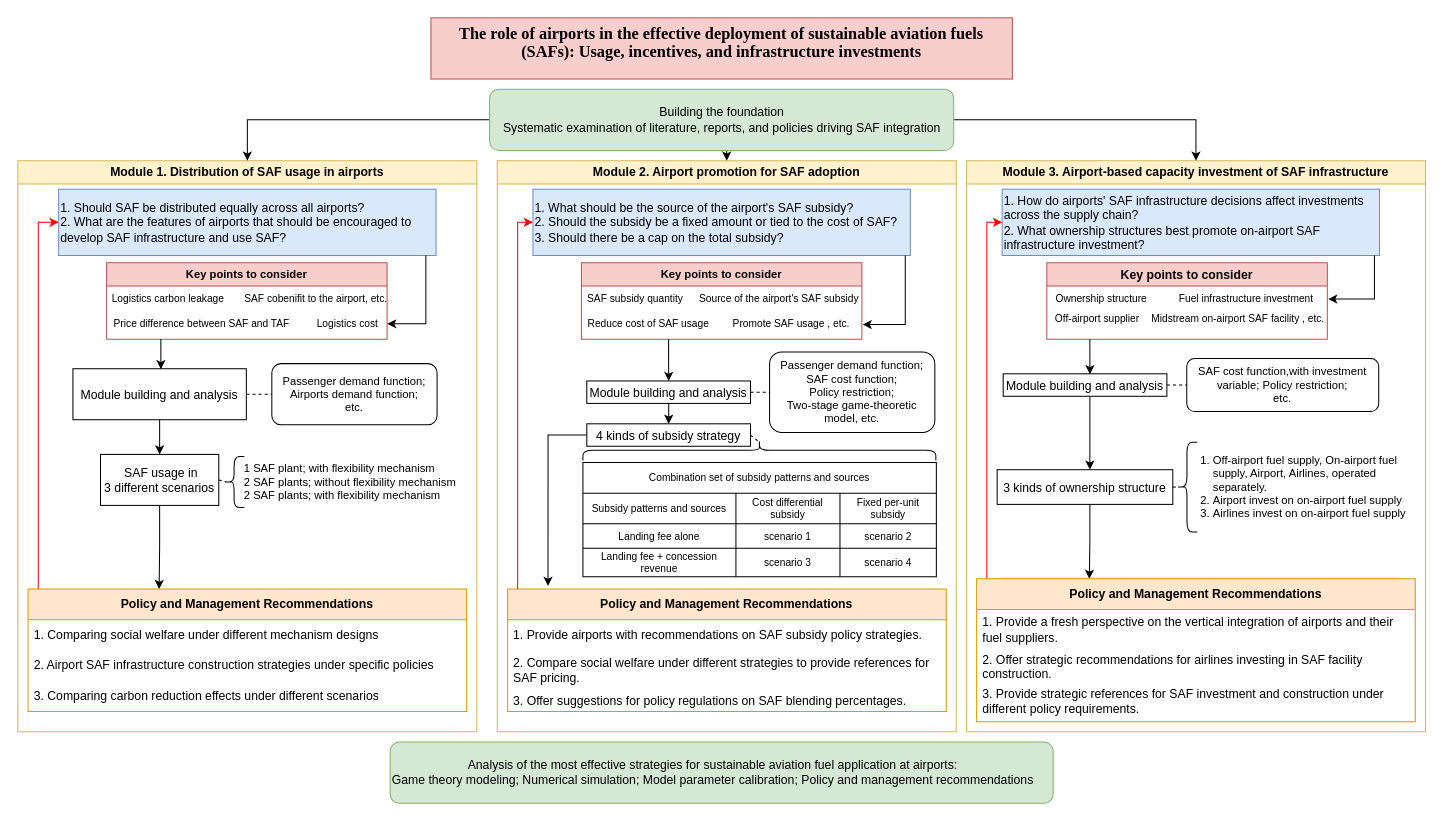
Earlier version of the draw.io diagram 技术路线图.drawio (HengfeiMa95/paper-reading). Source tidied: cells renumbered, new cells numbered last; positions are measured from the earlier drawing's top-left corner, leaving out a move shared by most shapes. Both pictures are drawn from the tidied source at 102%, with x=0, y=0 at pixel (17, 17).
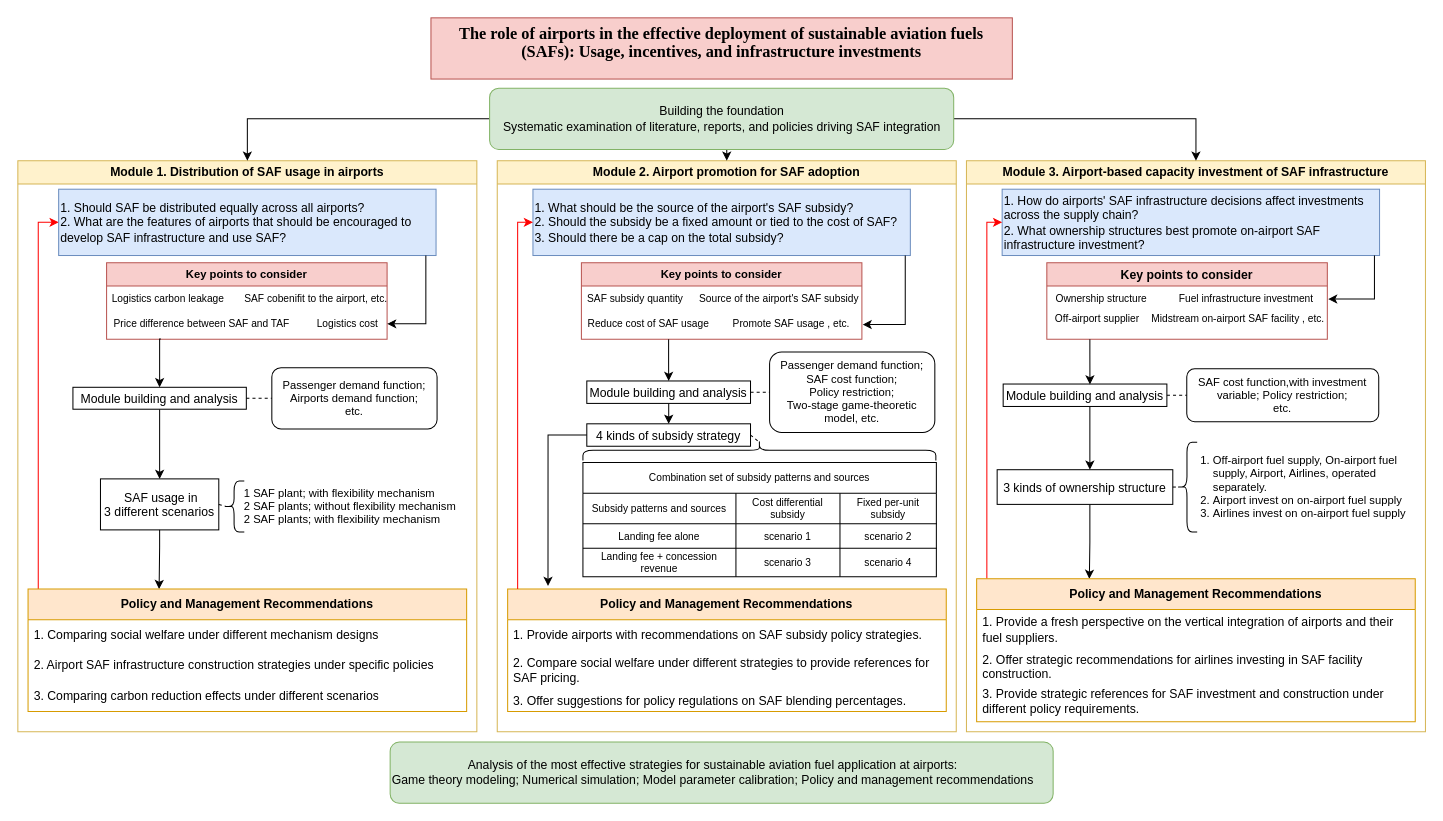
The same diagram, later.

Commit message:
Update 技术路线图.drawio

Unchanged cells that the change refers to:
```xml
<mxCell id="2" value="Module 1. Distribution of SAF usage in airports" style="swimlane;whiteSpace=wrap;fillColor=#fff2cc;strokeColor=#d6b656;" parent="1" vertex="1">
  <mxGeometry y="140" width="450" height="560" as="geometry" />
</mxCell>
<mxCell id="22" value="&lt;font style=&quot;font-size: 10px;&quot;&gt;Price difference between SAF and TAF&lt;/font&gt;" style="text;html=1;align=center;verticalAlign=middle;points=[];strokeColor=none;fillColor=none;fontSize=9;" parent="18" vertex="1">
  <mxGeometry x="-7" y="45" width="200" height="30" as="geometry" />
</mxCell>
<mxCell id="60" value="Module 3. Airport-based capacity investment of SAF infrastructure" style="swimlane;whiteSpace=wrap;fillColor=#fff2cc;strokeColor=#d6b656;" parent="1" vertex="1">
  <mxGeometry x="930" y="140" width="450" height="560" as="geometry" />
</mxCell>
```

What changed in the source:
```diff
@@
     <mxCell id="4" value="Module building and analysis" parent="2" vertex="1">
-      <mxGeometry x="54" y="204" width="170" height="50" as="geometry" />
+      <mxGeometry x="54" y="222.2" width="170" height="21.5" as="geometry" />
     </mxCell>
@@
     <mxCell id="6" value=" SAF usage in&#10;3 different scenarios" parent="2" vertex="1">
-      <mxGeometry x="81" y="288" width="116" height="50" as="geometry" />
+      <mxGeometry x="81" y="312" width="116" height="50" as="geometry" />
     </mxCell>
     <mxCell id="7" value="Passenger demand function;&lt;div style=&quot;font-size: 11px;&quot;&gt;Airports demand function;&lt;/div&gt;&lt;div style=&quot;font-size: 11px;&quot;&gt;etc.&lt;/div&gt;" style="rounded=1;whiteSpace=wrap;html=1;fontSize=11;" parent="2" vertex="1">
-      <mxGeometry x="249" y="199" width="162" height="60" as="geometry" />
+      <mxGeometry x="249" y="203" width="162" height="60" as="geometry" />
     </mxCell>
@@
     <mxCell id="9" style="shape=curlyBracket;whiteSpace=wrap;html=1;rounded=1;labelPosition=left;verticalLabelPosition=middle;align=right;verticalAlign=middle;size=0.5;rotation=0;" parent="2" vertex="1">
-      <mxGeometry x="202" y="290" width="20" height="50" as="geometry" />
+      <mxGeometry x="202" y="314" width="20" height="50" as="geometry" />
     </mxCell>
@@
     <mxCell id="17" value="&lt;span style=&quot;background-color: initial; font-size: 11px;&quot;&gt;1 SAF plant; with flexibility mechanism&amp;nbsp;&lt;/span&gt;&lt;br style=&quot;font-size: 11px;&quot;&gt;&lt;span style=&quot;background-color: initial; font-size: 11px;&quot;&gt;2 SAF plants; without flexibility mechanism&lt;/span&gt;&lt;br style=&quot;font-size: 11px;&quot;&gt;&lt;span style=&quot;background-color: initial; font-size: 11px;&quot;&gt;2 SAF plants; with flexibility mechanism&lt;/span&gt;" style="text;strokeColor=none;fillColor=none;html=1;whiteSpace=wrap;verticalAlign=middle;overflow=hidden;fontSize=11;" parent="2" vertex="1">
-      <mxGeometry x="220" y="286" width="210" height="58" as="geometry" />
+      <mxGeometry x="220" y="310" width="210" height="58" as="geometry" />
     </mxCell>
@@
-    <mxCell id="23" style="edgeStyle=orthogonalEdgeStyle;rounded=0;jettySize=auto;html=1;entryX=0.848;entryY=0.01;entryDx=0;entryDy=0;entryPerimeter=0;exitX=0.301;exitY=0.993;exitDx=0;exitDy=0;exitPerimeter=0;" parent="2" edge="1" source="22">
+    <mxCell id="23" style="edgeStyle=orthogonalEdgeStyle;rounded=0;jettySize=auto;html=1;entryX=0.5;entryY=0;entryDx=0;entryDy=0;exitX=0.301;exitY=0.993;exitDx=0;exitDy=0;exitPerimeter=0;" parent="2" edge="1" source="22" target="4">
       <mxGeometry relative="1" as="geometry">
-        <mxPoint x="140.2" y="204.5" as="targetPoint" />
+        <Array as="points">
+          <mxPoint x="139" y="175" />
+        </Array>
       </mxGeometry>
     </mxCell>
@@
     <mxCell id="63" value="Module building and analysis" parent="60" vertex="1">
-      <mxGeometry x="36" y="209" width="160.5" height="22" as="geometry" />
+      <mxGeometry x="36" y="219" width="160.5" height="22" as="geometry" />
     </mxCell>
     <mxCell id="64" value="SAF cost function,with investment variable; Policy restriction;&lt;br style=&quot;font-size: 11px;&quot;&gt;etc." style="rounded=1;whiteSpace=wrap;html=1;fontSize=11;" parent="60" vertex="1">
-      <mxGeometry x="216" y="194" width="188.2" height="52" as="geometry" />
+      <mxGeometry x="216" y="204" width="188.2" height="52" as="geometry" />
     </mxCell>
@@
     <mxCell id="87" value="Building the foundation&lt;div&gt;Systematic examination of literature, reports, and policies driving SAF integration&lt;/div&gt;" style="rounded=1;whiteSpace=wrap;html=1;fillColor=#d5e8d4;strokeColor=#82b366;" parent="1" vertex="1">
-      <mxGeometry x="462.5" y="70" width="455" height="60" as="geometry" />
+      <mxGeometry x="462.5" y="69" width="455" height="60" as="geometry" />
     </mxCell>
```
